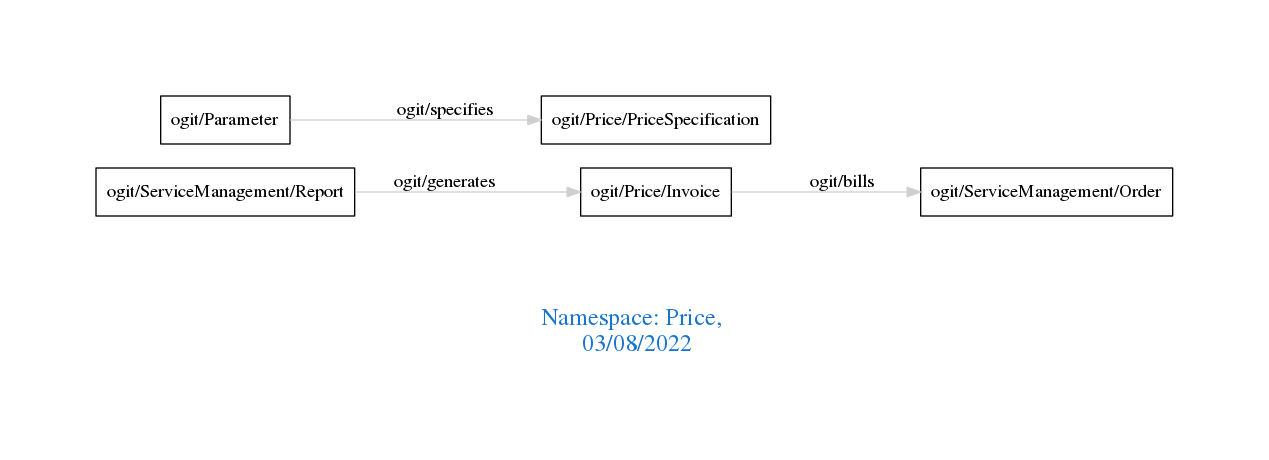
This is downloads/Price.png from arago/OGIT, a Graphviz export, as it was before one commit. Its source is kept beside it as downloads/Price.dot.
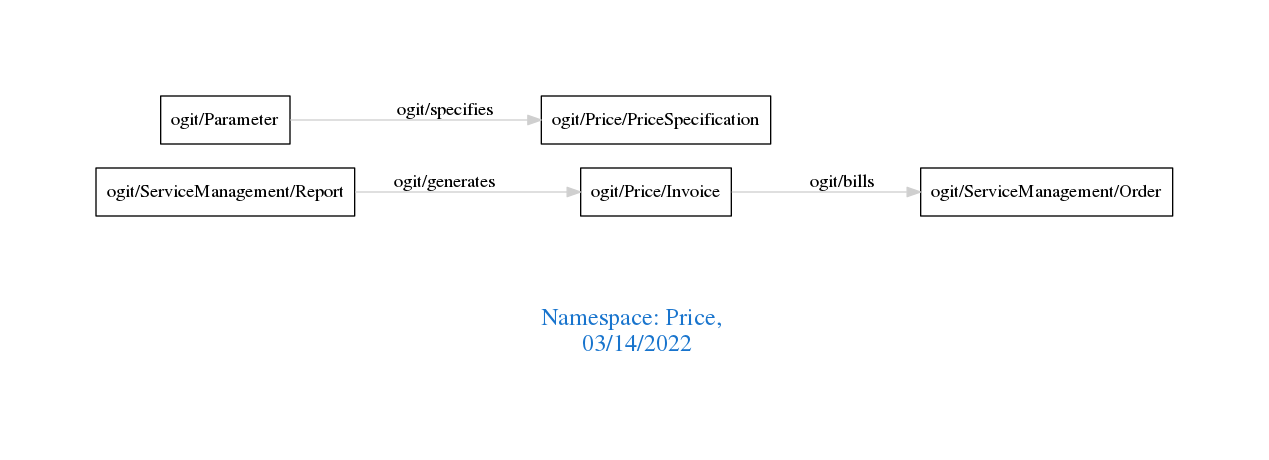
The same file after the commit.

Diff of the diagram source:
```diff
@@ -1,7 +1,7 @@
 digraph OGIT_ontology {
  graph [ rankdir= LR,pad=1
 fontsize = 18,
-fontcolor= dodgerblue3,label = "\n\n\nNamespace: Price, \n 03/08/2022"];
+fontcolor= dodgerblue3,label = "\n\n\nNamespace: Price, \n 03/14/2022"];
 node[shape=polygon];
 edge [  color="gray81"];
 
```
